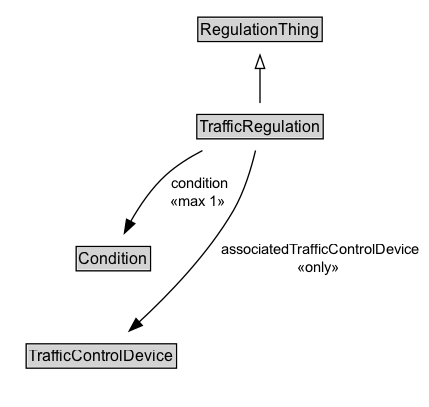
Earlier version of the Graphviz export docs/diagrams/TrafficRegulation.dot.png (k-vaughn/ontology-its-regulation). Its source is kept beside it as docs/diagrams/TrafficRegulation.dot.
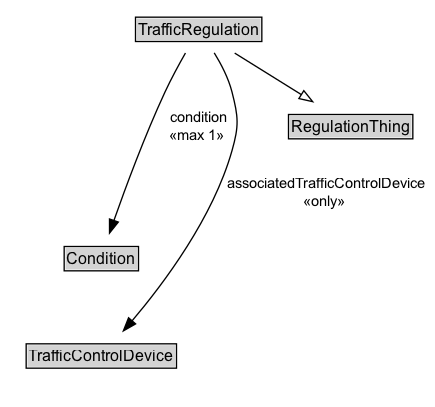
The same diagram one commit later.

Change to the diagram source:
```diff
@@ -2,17 +2,17 @@
 	graph [overlap=false rankdir=TB splines=true]
 	node [fontname=Arial fontsize=12 margin=0 shape=none]
 	edge [fontname=Arial fontsize=11]
+	TrafficRegulation [label=<<TABLE BORDER="1" CELLBORDER="0" CELLSPACING="0" CELLPADDING="1"><TR><TD BGCOLOR="lightgray" ALIGN="CENTER">TrafficRegulation</TD></TR></TABLE>> URL="../TrafficRegulation" margin=0]
 	{
 		rank=max
-		TrafficRegulation [label=<<TABLE BORDER="1" CELLBORDER="0" CELLSPACING="0" CELLPADDING="1"><TR><TD BGCOLOR="lightgray" ALIGN="CENTER" PORT="e">TrafficRegulation</TD></TR></TABLE>> URL="../TrafficRegulation.md" margin=0]
 	}
 	subgraph cluster_associated {
 		label="" style=invis
 		Invis [label=<<TABLE BORDER="0" CELLBORDER="0" CELLSPACING="0" CELLPADDING="1"><TR><TD></TD></TR></TABLE>> margin=0 style=invis]
-		Condition [label=<<TABLE BORDER="1" CELLBORDER="0" CELLSPACING="0" CELLPADDING="1"><TR><TD BGCOLOR="lightgray" ALIGN="CENTER">Condition</TD></TR></TABLE>> URL="../Condition.md" margin=0]
-		TrafficControlDevice [label=<<TABLE BORDER="1" CELLBORDER="0" CELLSPACING="0" CELLPADDING="1"><TR><TD BGCOLOR="lightgray" ALIGN="CENTER">TrafficControlDevice</TD></TR></TABLE>> URL="../TrafficControlDevice.md" margin=0]
+		Condition [label=<<TABLE BORDER="1" CELLBORDER="0" CELLSPACING="0" CELLPADDING="1"><TR><TD BGCOLOR="lightgray" ALIGN="CENTER">Condition</TD></TR></TABLE>> URL="../Condition" margin=0]
+		TrafficControlDevice [label=<<TABLE BORDER="1" CELLBORDER="0" CELLSPACING="0" CELLPADDING="1"><TR><TD BGCOLOR="lightgray" ALIGN="CENTER">TrafficControlDevice</TD></TR></TABLE>> URL="../TrafficControlDevice" margin=0]
 	}
-	RegulationThing [label=<<TABLE BORDER="1" CELLBORDER="0" CELLSPACING="0" CELLPADDING="1"><TR><TD BGCOLOR="lightgray" ALIGN="CENTER">RegulationThing</TD></TR></TABLE>> URL="../RegulationThing.md" margin=0]
+	RegulationThing [label=<<TABLE BORDER="1" CELLBORDER="0" CELLSPACING="0" CELLPADDING="1"><TR><TD BGCOLOR="lightgray" ALIGN="CENTER">RegulationThing</TD></TR></TABLE>> URL="../RegulationThing" margin=0]
 	TrafficRegulation -> RegulationThing [arrowhead=onormal style=solid]
 	TrafficRegulation -> Invis [style=invis]
 	Invis -> Condition [style=invis]
```
